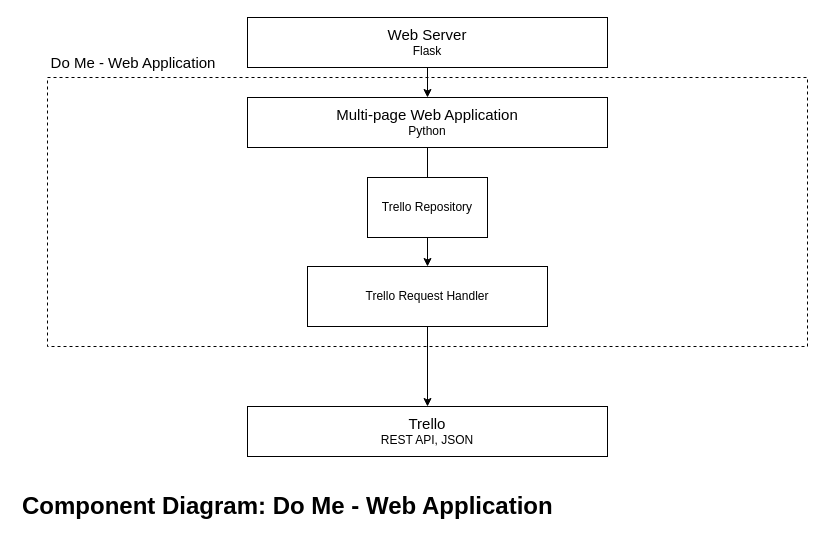
Earlier version of the draw.io diagram todo_app/diagrams/component.drawio (JackieMaw/DevOps-Course-Starter). Source tidied: cells renumbered, new cells numbered last; positions are measured from the earlier drawing's top-left corner, leaving out a move shared by most shapes. Both pictures are drawn from the tidied source at 100%, with x=0, y=0 at pixel (17, 17).
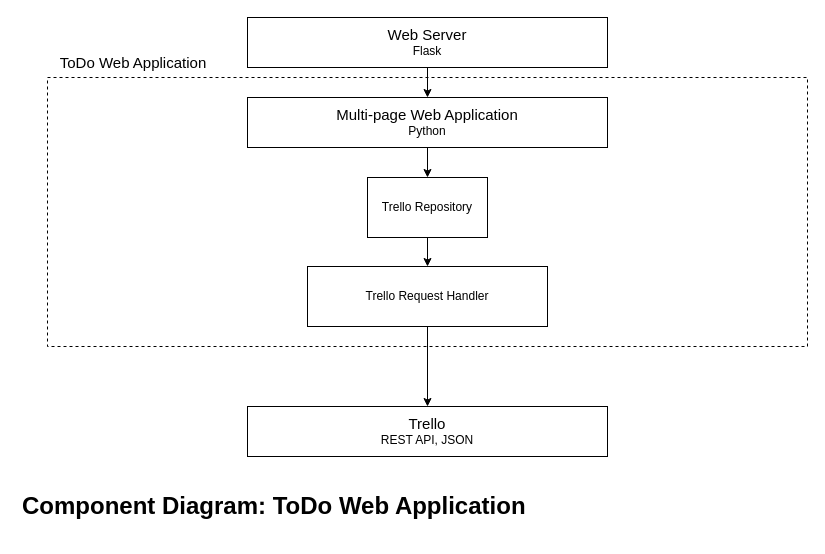
The same page after the edit.

The edit, as a diff of the source:
```diff
@@
 <mxGraphModel>
   <root>
     <mxCell id="0" />
     <mxCell id="1" parent="0" />
     <mxCell id="2" style="rounded=0;whiteSpace=wrap;html=1;dashed=1;" parent="1" vertex="1">
       <mxGeometry x="30" y="60" width="760" height="269" as="geometry" />
     </mxCell>
     <mxCell id="3" style="edgeStyle=orthogonalEdgeStyle;rounded=0;jettySize=auto;html=1;fontSize=15;" parent="1" edge="1" source="4" target="12">
       <mxGeometry relative="1" as="geometry" />
     </mxCell>
     <mxCell id="4" value="Trello Request Handler" style="rounded=0;whiteSpace=wrap;html=1;" parent="1" vertex="1">
       <mxGeometry x="290" y="249" width="240" height="60" as="geometry" />
     </mxCell>
-    <mxCell id="5" value="&lt;h1&gt;Component Diagram: Do Me - Web Application&lt;/h1&gt;" style="text;html=1;strokeColor=none;fillColor=none;spacing=5;spacingTop=-20;whiteSpace=wrap;overflow=hidden;rounded=0;dashed=1;" parent="1" vertex="1">
+    <mxCell id="5" value="&lt;h1&gt;Component Diagram: ToDo Web Application&lt;/h1&gt;" style="text;html=1;strokeColor=none;fillColor=none;spacing=5;spacingTop=-20;whiteSpace=wrap;overflow=hidden;rounded=0;dashed=1;" parent="1" vertex="1">
       <mxGeometry y="469" width="560" height="50" as="geometry" />
     </mxCell>
-    <mxCell id="6" style="edgeStyle=orthogonalEdgeStyle;rounded=0;jettySize=auto;html=1;fontSize=15;" parent="1" edge="1" source="7">
-      <mxGeometry relative="1" as="geometry">
-        <mxPoint x="410" y="200" as="targetPoint" />
-      </mxGeometry>
-    </mxCell>
+    <mxCell id="14" style="edgeStyle=orthogonalEdgeStyle;rounded=0;jettySize=auto;html=1;fontSize=15;" parent="1" edge="1" source="7" target="11">
+      <mxGeometry relative="1" as="geometry" />
+    </mxCell>
     <mxCell id="7" value="&lt;font style=&quot;font-size: 15px&quot;&gt;Multi-page Web Application&lt;/font&gt;&lt;br&gt;Python" style="rounded=0;whiteSpace=wrap;html=1;" parent="1" vertex="1">
       <mxGeometry x="230" y="80" width="360" height="50" as="geometry" />
     </mxCell>
     <mxCell id="8" style="edgeStyle=orthogonalEdgeStyle;rounded=0;jettySize=auto;html=1;exitX=0.5;exitY=1;exitDx=0;exitDy=0;fontSize=15;" parent="1" edge="1" source="9" target="7">
       <mxGeometry relative="1" as="geometry" />
     </mxCell>
     <mxCell id="9" value="&lt;font style=&quot;font-size: 15px&quot;&gt;Web Server&lt;/font&gt;&lt;br&gt;Flask" style="rounded=0;whiteSpace=wrap;html=1;" parent="1" vertex="1">
       <mxGeometry x="230" width="360" height="50" as="geometry" />
     </mxCell>
     <mxCell id="10" style="edgeStyle=orthogonalEdgeStyle;rounded=0;jettySize=auto;html=1;exitX=0.5;exitY=1;exitDx=0;exitDy=0;entryX=0.5;entryY=0;entryDx=0;entryDy=0;fontSize=15;" parent="1" edge="1" source="11" target="4">
       <mxGeometry relative="1" as="geometry" />
     </mxCell>
     <mxCell id="11" value="Trello Repository" style="rounded=0;whiteSpace=wrap;html=1;" parent="1" vertex="1">
       <mxGeometry x="350" y="160" width="120" height="60" as="geometry" />
     </mxCell>
     <mxCell id="12" value="&lt;span&gt;&lt;font style=&quot;font-size: 15px&quot;&gt;Trello&lt;/font&gt;&lt;br&gt;REST API, JSON&lt;br&gt;&lt;/span&gt;" style="rounded=0;whiteSpace=wrap;html=1;" parent="1" vertex="1">
       <mxGeometry x="230" y="389" width="360" height="50" as="geometry" />
     </mxCell>
-    <mxCell id="13" value="Do Me - Web Application" style="text;html=1;strokeColor=none;fillColor=none;align=center;verticalAlign=middle;whiteSpace=wrap;rounded=0;fontSize=15;" parent="1" vertex="1">
+    <mxCell id="13" value="ToDo Web Application" style="text;html=1;strokeColor=none;fillColor=none;align=center;verticalAlign=middle;whiteSpace=wrap;rounded=0;fontSize=15;" parent="1" vertex="1">
       <mxGeometry x="6" y="30" width="220" height="30" as="geometry" />
     </mxCell>
   </root>
 </mxGraphModel>
```
